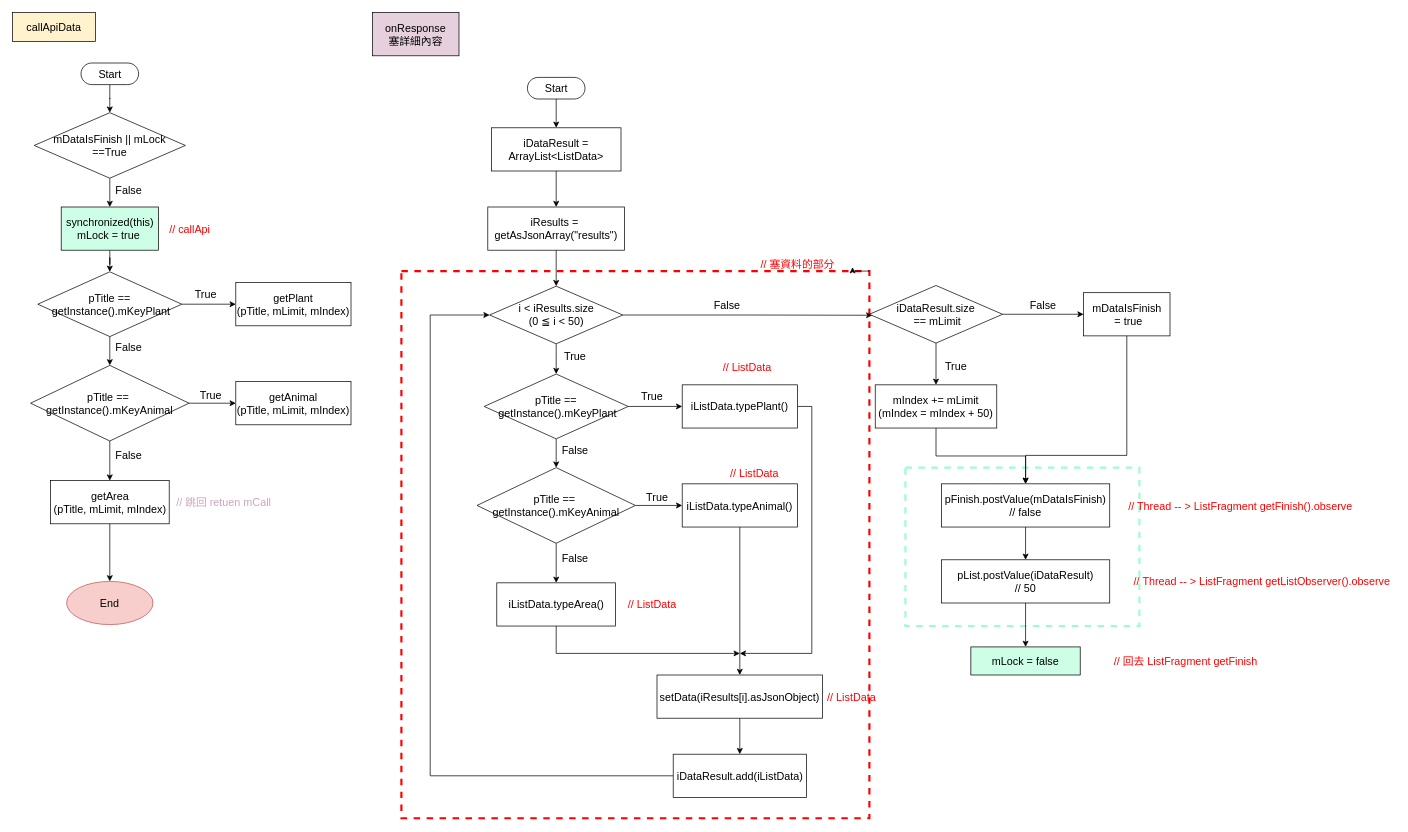
Before: page "ApiManagerALL" (10 of 14) of 一般流程.drawio in ccckyc/draw, a draw.io diagram. Source tidied: cells renumbered, new cells numbered last; positions are measured from the earlier drawing's top-left corner, leaving out a move shared by most shapes. Both pictures are drawn from the tidied source at 72%, with x=0, y=0 at pixel (12, 12).
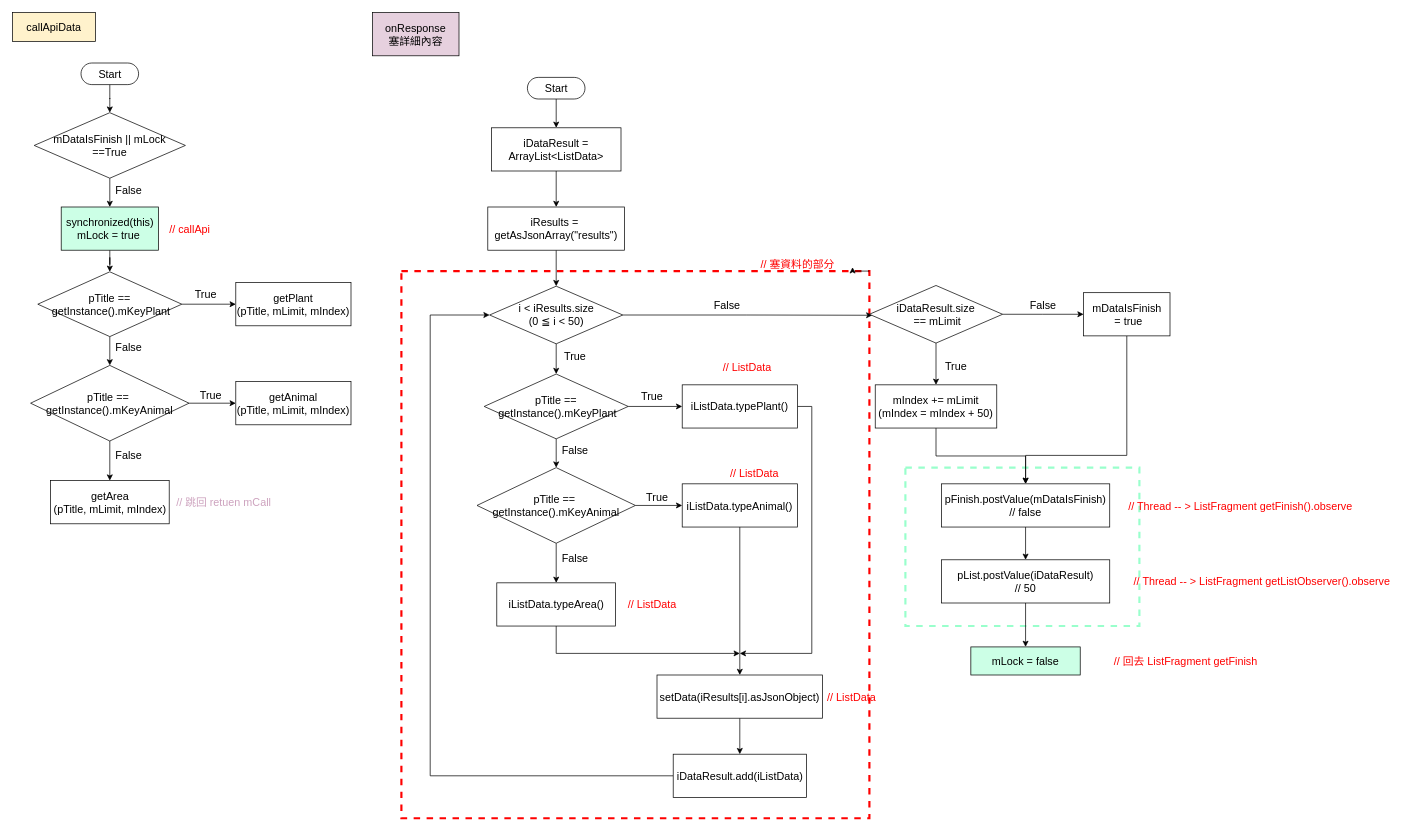
The same page after the edit.

The change refers to these unchanged cells:
```xml
<mxCell id="24" value="getArea&lt;br style=&quot;font-size: 15px;&quot;&gt;(pTitle, mLimit, mIndex)" style="whiteSpace=wrap;html=1;fontSize=15;dashed=0;fontStyle=0;fontFamily=Helvetica;" parent="1" vertex="1">
  <mxGeometry x="52.5" y="650" width="165" height="60" as="geometry" />
</mxCell>
```

The edit, as a diff of the source:
```diff
@@
-    <mxCell id="23" style="edgeStyle=orthogonalEdgeStyle;rounded=0;jettySize=auto;html=1;fontColor=#FF0000;fontStyle=0;fontSize=15;fontFamily=Helvetica;" parent="1" edge="1" source="24" target="83">
-      <mxGeometry relative="1" as="geometry" />
-    </mxCell>
@@
-    <mxCell id="83" value="End" style="ellipse;whiteSpace=wrap;html=1;fontSize=15;dashed=0;fontStyle=0;fillColor=#f8cecc;strokeColor=#b85450;fontFamily=Helvetica;" parent="1" vertex="1">
-      <mxGeometry x="75" y="790" width="120" height="60" as="geometry" />
-    </mxCell>
```
